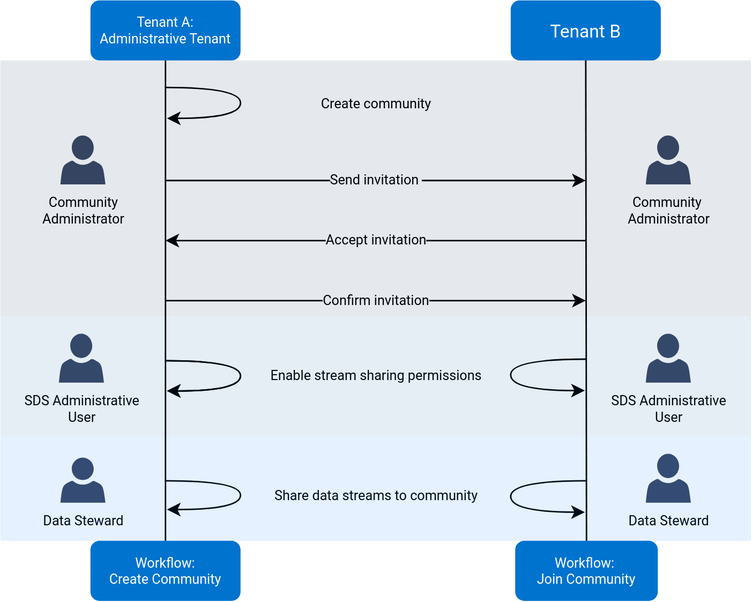
This is content/communities/images/workflow-community-setup.drawio.svg from AVEVA/CONNECT-data-services-developer-docs, a draw.io export, as it was before one commit. Source tidied: cells renumbered, new cells last; positions are measured from the earlier drawing's top-left corner, leaving out a move shared by most shapes.
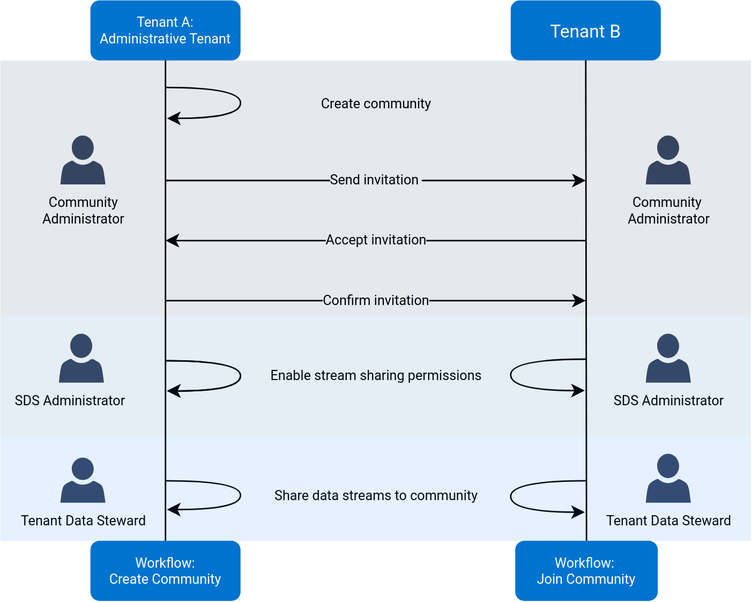
The same diagram one commit later.

Commit message:
John S feedback

What changed in the source:
```diff
@@ -87,7 +87,7 @@
     <mxCell id="15" value="Community&amp;nbsp;&lt;br style=&quot;font-size: 9px;&quot;&gt;Administrator" style="sketch=0;shadow=0;dashed=0;html=1;strokeColor=none;fillColor=#3a4763;labelPosition=center;verticalLabelPosition=bottom;verticalAlign=top;align=center;shape=mxgraph.office.users.user;fontSize=9;fontFamily=roboto;fontSource=https%3A%2F%2Ffonts.googleapis.com%2Fcss%3Ffamily%3Droboto;" parent="2" vertex="1">
       <mxGeometry x="430" y="90" width="30" height="32.6" as="geometry" />
     </mxCell>
-    <mxCell id="16" value="SDS Administrative&lt;br&gt;User" style="sketch=0;shadow=0;dashed=0;html=1;strokeColor=none;fillColor=#3a4763;labelPosition=center;verticalLabelPosition=bottom;verticalAlign=top;align=center;shape=mxgraph.office.users.user;fontSize=9;fontFamily=roboto;fontSource=https%3A%2F%2Ffonts.googleapis.com%2Fcss%3Ffamily%3Droboto;" parent="2" vertex="1">
+    <mxCell id="16" value="SDS Administrator" style="sketch=0;shadow=0;dashed=0;html=1;strokeColor=none;fillColor=#3a4763;labelPosition=center;verticalLabelPosition=bottom;verticalAlign=top;align=center;shape=mxgraph.office.users.user;fontSize=9;fontFamily=roboto;fontSource=https%3A%2F%2Ffonts.googleapis.com%2Fcss%3Ffamily%3Droboto;" parent="2" vertex="1">
       <mxGeometry x="430" y="222" width="30" height="32.6" as="geometry" />
     </mxCell>
     <mxCell id="17" value="Share data streams to community" style="endArrow=classic;html=1;rounded=0;fontSize=9;edgeStyle=orthogonalEdgeStyle;curved=1;entryX=0.51;entryY=0.221;entryDx=0;entryDy=0;entryPerimeter=0;startArrow=none;fontFamily=roboto;fontSource=https%3A%2F%2Ffonts.googleapis.com%2Fcss%3Ffamily%3Droboto;" parent="2" edge="1">
@@ -100,13 +100,13 @@
         </Array>
       </mxGeometry>
     </mxCell>
-    <mxCell id="18" value="Data Steward" style="sketch=0;shadow=0;dashed=0;html=1;strokeColor=none;fillColor=#3a4763;labelPosition=center;verticalLabelPosition=bottom;verticalAlign=top;align=center;shape=mxgraph.office.users.user;fontSize=9;fontFamily=roboto;fontSource=https%3A%2F%2Ffonts.googleapis.com%2Fcss%3Ffamily%3Droboto;" parent="2" vertex="1">
+    <mxCell id="18" value="Tenant Data Steward" style="sketch=0;shadow=0;dashed=0;html=1;strokeColor=none;fillColor=#3a4763;labelPosition=center;verticalLabelPosition=bottom;verticalAlign=top;align=center;shape=mxgraph.office.users.user;fontSize=9;fontFamily=roboto;fontSource=https%3A%2F%2Ffonts.googleapis.com%2Fcss%3Ffamily%3Droboto;" parent="2" vertex="1">
       <mxGeometry x="430" y="302" width="30" height="32.6" as="geometry" />
     </mxCell>
-    <mxCell id="19" value="SDS Administrative &lt;br&gt;User" style="sketch=0;shadow=0;dashed=0;html=1;strokeColor=none;fillColor=#3a4763;labelPosition=center;verticalLabelPosition=bottom;verticalAlign=top;align=center;shape=mxgraph.office.users.user;fontSize=9;fontFamily=roboto;fontSource=https%3A%2F%2Ffonts.googleapis.com%2Fcss%3Ffamily%3Droboto;" parent="2" vertex="1">
+    <mxCell id="19" value="SDS Administrator&lt;span style=&quot;white-space: pre;&quot;&gt;&#9;&lt;/span&gt;" style="sketch=0;shadow=0;dashed=0;html=1;strokeColor=none;fillColor=#3a4763;labelPosition=center;verticalLabelPosition=bottom;verticalAlign=top;align=center;shape=mxgraph.office.users.user;fontSize=9;fontFamily=roboto;fontSource=https%3A%2F%2Ffonts.googleapis.com%2Fcss%3Ffamily%3Droboto;" parent="2" vertex="1">
       <mxGeometry x="39" y="222" width="30" height="32.6" as="geometry" />
     </mxCell>
-    <mxCell id="20" value="Data Steward" style="sketch=0;shadow=0;dashed=0;html=1;strokeColor=none;fillColor=#3a4763;labelPosition=center;verticalLabelPosition=bottom;verticalAlign=top;align=center;shape=mxgraph.office.users.user;fontSize=9;fontFamily=roboto;fontSource=https%3A%2F%2Ffonts.googleapis.com%2Fcss%3Ffamily%3Droboto;" parent="2" vertex="1">
+    <mxCell id="20" value="Tenant Data Steward" style="sketch=0;shadow=0;dashed=0;html=1;strokeColor=none;fillColor=#3a4763;labelPosition=center;verticalLabelPosition=bottom;verticalAlign=top;align=center;shape=mxgraph.office.users.user;fontSize=9;fontFamily=roboto;fontSource=https%3A%2F%2Ffonts.googleapis.com%2Fcss%3Ffamily%3Droboto;" parent="2" vertex="1">
       <mxGeometry x="40" y="304.6" width="30" height="30" as="geometry" />
     </mxCell>
     <mxCell id="21" value="Community&lt;br style=&quot;font-size: 9px;&quot;&gt;Administrator" style="sketch=0;shadow=0;dashed=0;html=1;strokeColor=none;fillColor=#3a4763;labelPosition=center;verticalLabelPosition=bottom;verticalAlign=top;align=center;shape=mxgraph.office.users.user;fontSize=9;fontFamily=roboto;fontSource=https%3A%2F%2Ffonts.googleapis.com%2Fcss%3Ffamily%3Droboto;" parent="2" vertex="1">
@@ -120,14 +120,14 @@
     <mxCell id="23" style="endArrow=none;html=1;rounded=0;fontFamily=Mulish;fontSource=https%3A%2F%2Ffonts.googleapis.com%2Fcss%3Ffamily%3DMulish;fontSize=12;fontColor=#FFFFFF;curved=1;entryX=0.5;entryY=0.111;entryDx=0;entryDy=0;entryPerimeter=0;exitX=0.5;exitY=0;exitDx=0;exitDy=0;" parent="2" edge="1" source="7" target="5">
       <mxGeometry relative="1" as="geometry" />
     </mxCell>
-    <mxCell id="24" style="rounded=0;whiteSpace=wrap;html=1;glass=0;fontFamily=Mulish;fontSource=https%3A%2F%2Ffonts.googleapis.com%2Fcss%3Ffamily%3DMulish;fontSize=12;fontColor=#FFFFFF;strokeColor=none;fillColor=#00559a;opacity=10;" parent="2" vertex="1">
-      <mxGeometry y="210" width="500" height="80" as="geometry" />
-    </mxCell>
     <mxCell id="25" style="rounded=0;whiteSpace=wrap;html=1;glass=0;fontFamily=Mulish;fontSource=https%3A%2F%2Ffonts.googleapis.com%2Fcss%3Ffamily%3DMulish;fontSize=12;strokeColor=none;fillColor=#002b4e;opacity=10;textOpacity=30;" parent="2" vertex="1">
       <mxGeometry y="40" width="500" height="170" as="geometry" />
     </mxCell>
     <mxCell id="26" style="rounded=0;whiteSpace=wrap;html=1;glass=0;fontFamily=Mulish;fontSource=https%3A%2F%2Ffonts.googleapis.com%2Fcss%3Ffamily%3DMulish;fontSize=12;fontColor=#FFFFFF;strokeColor=none;fillColor=#007bff;opacity=10;" parent="2" vertex="1">
       <mxGeometry y="290" width="500" height="70" as="geometry" />
     </mxCell>
+    <mxCell id="24" style="rounded=0;whiteSpace=wrap;html=1;glass=0;fontFamily=Mulish;fontSource=https%3A%2F%2Ffonts.googleapis.com%2Fcss%3Ffamily%3DMulish;fontSize=12;fontColor=#FFFFFF;strokeColor=none;fillColor=#00559a;opacity=10;" parent="2" vertex="1">
+      <mxGeometry y="210" width="500" height="80" as="geometry" />
+    </mxCell>
   </root>
 </mxGraphModel>
```
